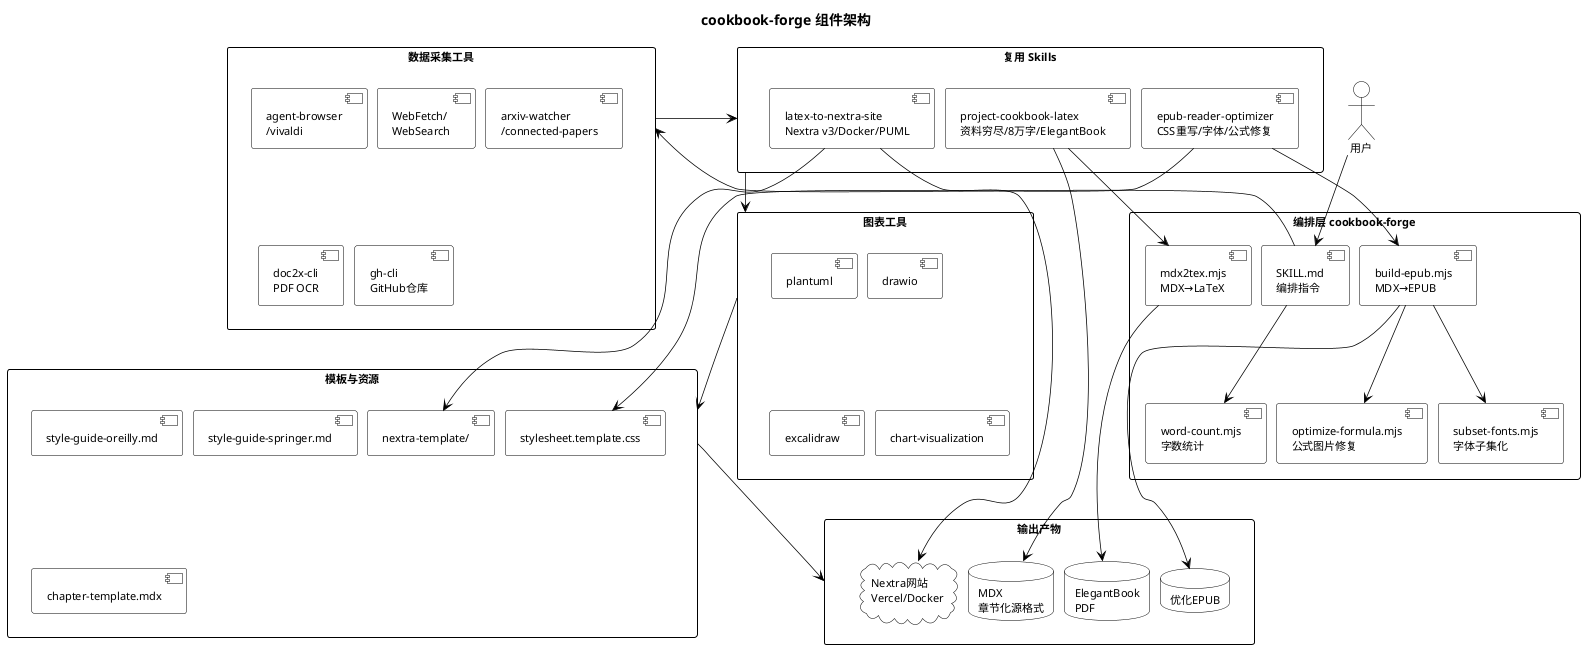
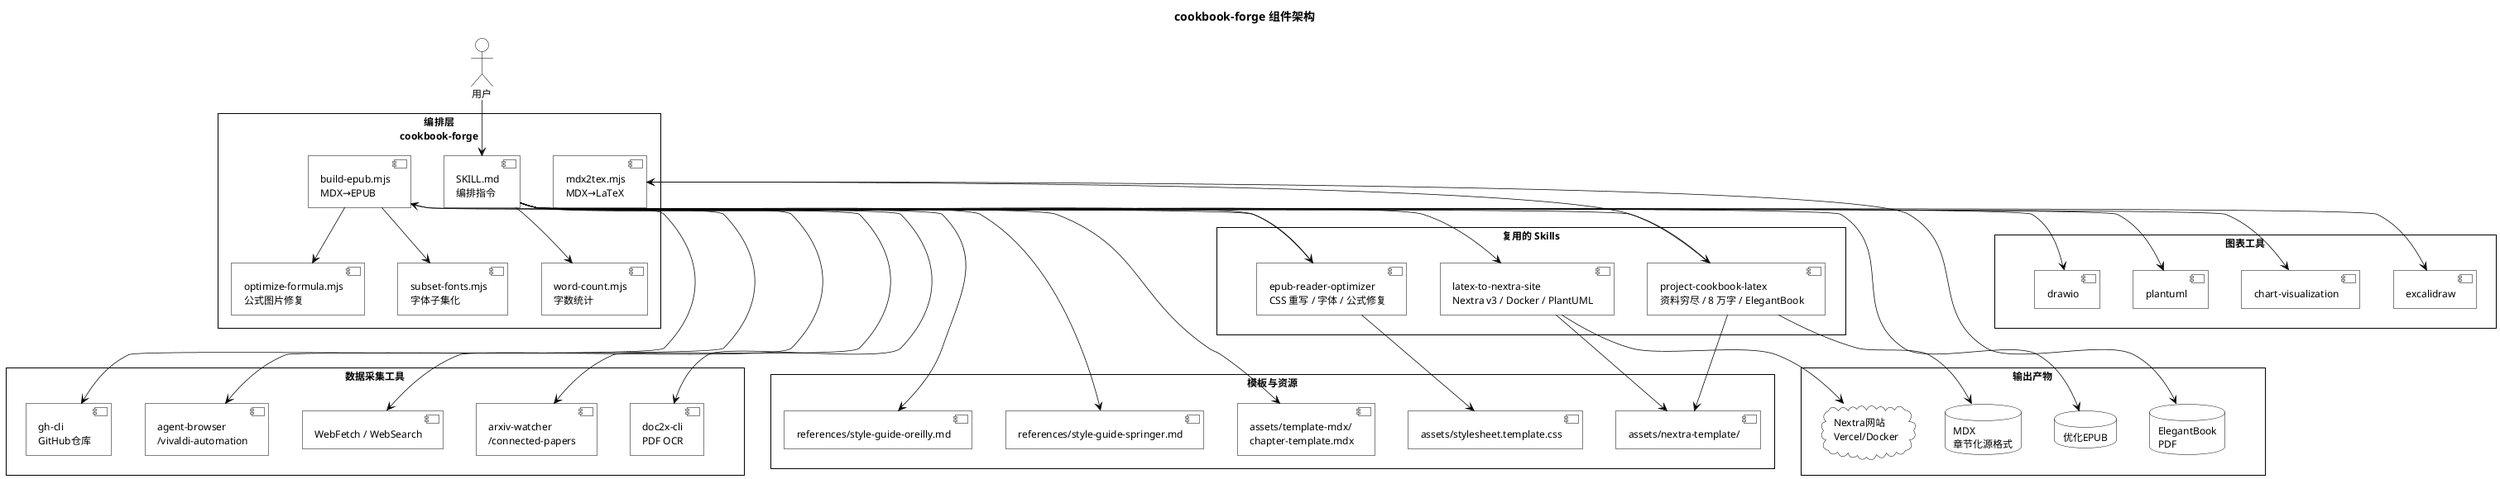
@startuml
+ ' uml-diagrams.org reference style — strict OMG UML 2.x, monochrome
skinparam monochrome true
+ skinparam backgroundColor #FFFFFF
+ skinparam defaultFontName "WenQuanYi Micro Hei"
+ skinparam defaultFontSize 12
skinparam shadowing false
- skinparam backgroundColor #FFFFFF
- skinparam defaultFontColor #000000
- skinparam defaultFontName "WenQuanYi Micro Hei"
- skinparam defaultFontSize 11
+ skinparam classAttributeIconSize 0
+ skinparam sequenceMessageAlign center
+ skinparam roundCorner 0
+ 
skinparam ActorBackgroundColor #FFFFFF
skinparam ActorBorderColor #000000
+ skinparam ParticipantBackgroundColor #FFFFFF
+ skinparam ParticipantBorderColor #000000
+ skinparam NoteBackgroundColor #FFFFFF
+ skinparam NoteBorderColor #000000
+ skinparam SequenceGroupBackgroundColor #FFFFFF
+ skinparam PackageBackgroundColor #FFFFFF
+ skinparam PackageBorderColor #000000
+ skinparam ClassBackgroundColor #FFFFFF
+ skinparam ObjectBackgroundColor #FFFFFF
+ skinparam StateBackgroundColor #FFFFFF
+ skinparam StateBorderColor #000000
+ skinparam UsecaseBackgroundColor #FFFFFF
+ skinparam UsecaseBorderColor #000000
skinparam ComponentBackgroundColor #FFFFFF
skinparam ComponentBorderColor #000000
- skinparam PackageBackgroundColor #FFFFFF
- skinparam PackageBorderColor #000000
+ skinparam ActivityBackgroundColor #FFFFFF
+ skinparam ActivityBorderColor #000000
+ skinparam NodeBackgroundColor #FFFFFF
+ skinparam NodeBorderColor #000000
skinparam DatabaseBackgroundColor #FFFFFF
skinparam DatabaseBorderColor #000000
skinparam CloudBackgroundColor #FFFFFF
skinparam CloudBorderColor #000000
+ skinparam RectangleBackgroundColor #FFFFFF
+ skinparam RectangleBorderColor #000000
skinparam ArrowColor #000000
skinparam ArrowThickness 0.75
- skinparam nodesep 10
- skinparam ranksep 25
- skinparam packageStyle rectangle
+ skinparam DefaultTextColor #000000
+ skinparam defaultFontColor #000000

title cookbook-forge 组件架构

top to bottom direction
+ skinparam nodesep 40
+ skinparam ranksep 50
+ skinparam packageStyle rectangle

actor 用户

- package "编排层 cookbook-forge" as P1 {
+ package "编排层\ncookbook-forge" as P_ORCH {
  [SKILL.md\n编排指令] as ORCH
  [mdx2tex.mjs\nMDX→LaTeX] as M2T
  [build-epub.mjs\nMDX→EPUB] as EPUB
  [subset-fonts.mjs\n字体子集化] as FONT
  [word-count.mjs\n字数统计] as WC
  [optimize-formula.mjs\n公式图片修复] as FORMULA
}

- package "数据采集工具" as P2 {
-   [agent-browser\n/vivaldi] as BR
-   [WebFetch/\nWebSearch] as WF
+ package "复用的 Skills" as P_SKILLS {
+   [project-cookbook-latex\n资料穷尽 / 8 万字 / ElegantBook] as PCL
+   [latex-to-nextra-site\nNextra v3 / Docker / PlantUML] as L2N
+   [epub-reader-optimizer\nCSS 重写 / 字体 / 公式修复] as ERO
+ }
+ 
+ package "数据采集工具" as P_RESEARCH {
+   [agent-browser\n/vivaldi-automation] as BR
+   [WebFetch / WebSearch] as WF
  [arxiv-watcher\n/connected-papers] as ARX
  [doc2x-cli\nPDF OCR] as D2X
  [gh-cli\nGitHub仓库] as GH
}

- package "复用 Skills" as P3 {
-   [project-cookbook-latex\n资料穷尽/8万字/ElegantBook] as PCL
-   [latex-to-nextra-site\nNextra v3/Docker/PUML] as L2N
-   [epub-reader-optimizer\nCSS重写/字体/公式修复] as ERO
- }
- 
- package "图表工具" as P4 {
+ package "图表工具" as P_DIAGRAM {
  [plantuml] as PU
  [drawio] as DR
  [excalidraw] as EX
  [chart-visualization] as CH
}

- package "模板与资源" as P5 {
-   [style-guide-oreilly.md] as ORE
-   [style-guide-springer.md] as SPR
-   [chapter-template.mdx] as TPL
-   [nextra-template/] as NXT
-   [stylesheet.template.css] as CSS
+ package "模板与资源" as P_TEMPLATES {
+   [references/style-guide-oreilly.md] as ORE
+   [references/style-guide-springer.md] as SPR
+   [assets/template-mdx/\nchapter-template.mdx] as TPL
+   [assets/nextra-template/] as NXT
+   [assets/stylesheet.template.css] as CSS
}

- package "输出产物" as P6 {
+ package "输出产物" as P_OUTPUT {
  database "MDX\n章节化源格式" as MDX
  database "ElegantBook\nPDF" as PDF
  cloud "Nextra网站\nVercel/Docker" as WEB
  database "优化EPUB" as EOUT
}

用户 --> ORCH
- ORCH --> P2
- P2 --> P3
- P3 --> P4
- P4 --> P5
- P5 --> P6

+ ORCH --> BR
+ ORCH --> WF
+ ORCH --> ARX
+ ORCH --> D2X
+ ORCH --> GH
+ ORCH --> PCL
+ ORCH --> L2N
+ ORCH --> ERO
+ ORCH --> PU
+ ORCH --> DR
+ ORCH --> EX
+ ORCH --> CH
+ ORCH --> ORE
+ ORCH --> SPR
+ ORCH --> TPL
ORCH --> WC
+ 
+ PCL --> NXT
+ ERO --> CSS
PCL --> M2T
L2N --> NXT
ERO --> EPUB
- ERO --> CSS
EPUB --> FONT
EPUB --> FORMULA
M2T --> PDF
PCL --> MDX
L2N --> WEB
EPUB --> EOUT

+ P_SKILLS -[hidden]down- P_RESEARCH
+ P_DIAGRAM -[hidden]down- P_OUTPUT
@enduml
